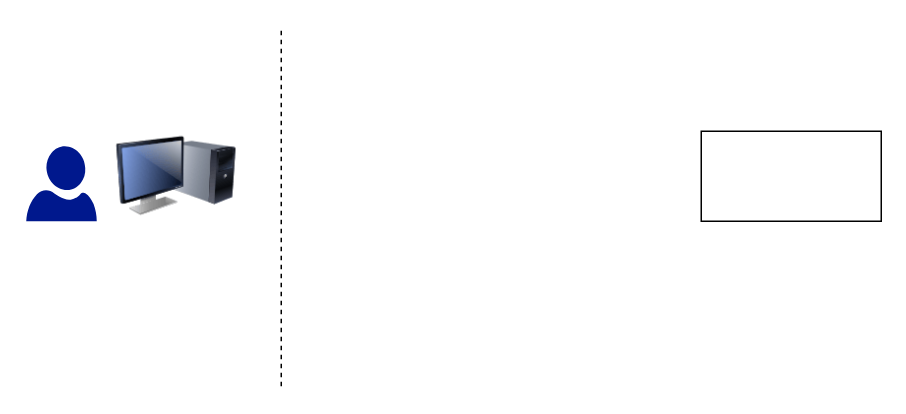
The draw.io diagram 基于虚拟化技术的云平台.drawio in luomoweilan/draw, before the edit. Source tidied: cells renumbered, new cells numbered last; positions are measured from the earlier drawing's top-left corner, leaving out a move shared by most shapes. Both pictures are drawn from the tidied source at 150%, with x=0, y=0 at pixel (26, 26).
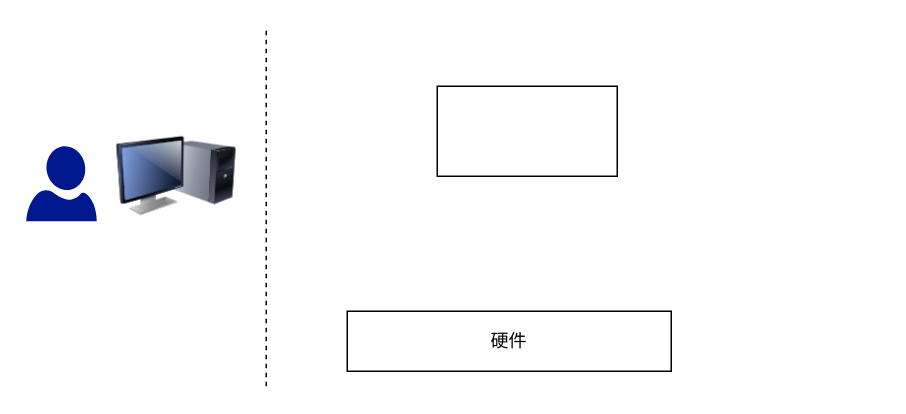
The same page after the edit.

Commit message (it also covers changes not shown here):
更新基于虚拟化技术的云平台.drawio

Diff of the diagram source:
```diff
@@
 <mxGraphModel>
   <root>
     <mxCell id="0" />
     <mxCell id="1" parent="0" />
-    <mxCell id="2" style="rounded=0;whiteSpace=wrap;html=1;" parent="1" vertex="1">
-      <mxGeometry x="450" y="70" width="120" height="60" as="geometry" />
+    <mxCell id="2" value="硬件" style="rounded=0;whiteSpace=wrap;html=1;" parent="1" vertex="1">
+      <mxGeometry x="214" y="190" width="216" height="40" as="geometry" />
     </mxCell>
     <mxCell id="3" style="image;html=1;image=img/lib/clip_art/computers/Monitor_Tower_128x128.png;" parent="1" vertex="1">
       <mxGeometry x="60" y="60" width="80" height="80" as="geometry" />
     </mxCell>
     <mxCell id="4" style="shadow=0;dashed=0;html=1;strokeColor=none;labelPosition=center;verticalLabelPosition=bottom;verticalAlign=top;align=center;fillColor=#00188D;shape=mxgraph.azure.user;" parent="1" vertex="1">
       <mxGeometry y="80" width="47" height="50" as="geometry" />
     </mxCell>
     <mxCell id="5" style="endArrow=none;dashed=1;html=1;" parent="1" edge="1">
       <mxGeometry relative="1" as="geometry">
-        <mxPoint x="170" y="240" as="sourcePoint" />
-        <mxPoint x="170" as="targetPoint" />
+        <mxPoint x="160" y="240" as="sourcePoint" />
+        <mxPoint x="160" as="targetPoint" />
       </mxGeometry>
     </mxCell>
+    <mxCell id="6" style="rounded=0;whiteSpace=wrap;html=1;" parent="1" vertex="1">
+      <mxGeometry x="274" y="40" width="120" height="60" as="geometry" />
+    </mxCell>
   </root>
 </mxGraphModel>
```
